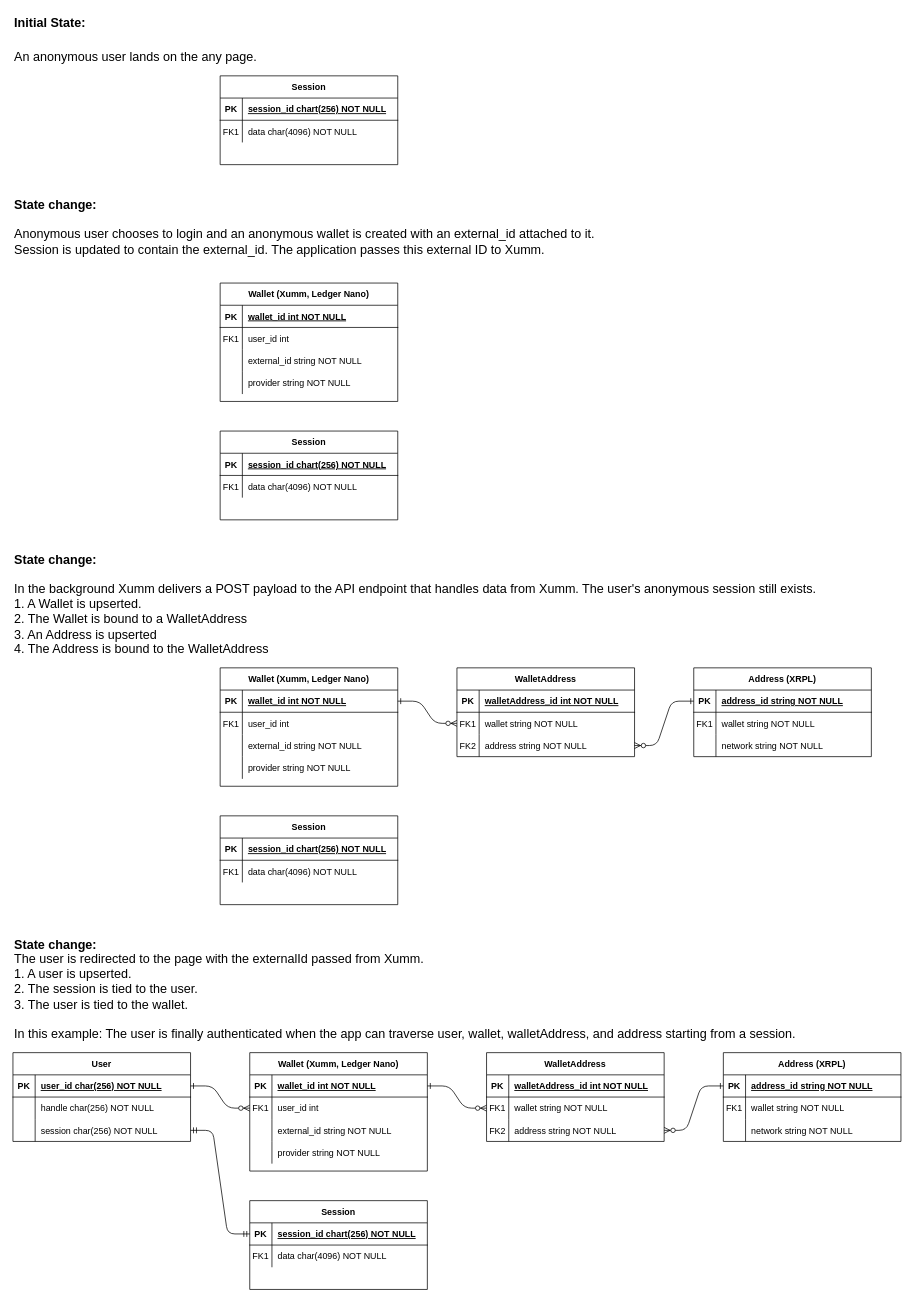
Earlier version of the draw.io diagram docs/ERD.drawio (jfgrissom/passport-xumm). Source tidied: cells renumbered, new cells numbered last; positions are measured from the earlier drawing's top-left corner, leaving out a move shared by most shapes. Both pictures are drawn from the tidied source at 74%, with x=0, y=0 at pixel (13, 13).
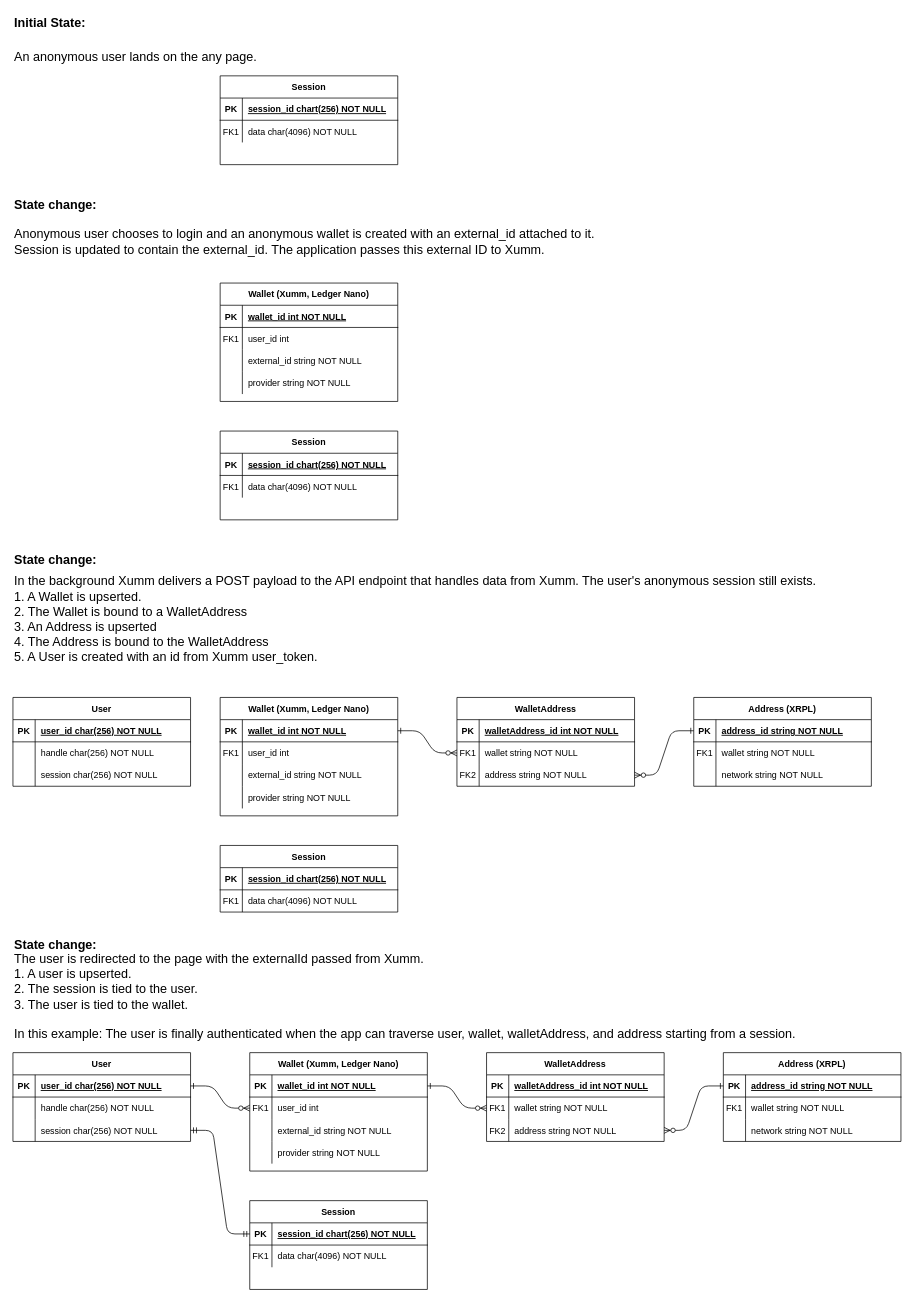
After the change.

Commit message:
Updated ERD state diagram.

Diff of the diagram source:
```diff
@@
-    <mxCell id="90" value="&lt;span style=&quot;font-weight: 400&quot;&gt;In the background Xumm delivers a POST payload to the API endpoint that handles data from Xumm. The user's anonymous session still exists.&lt;br&gt;1. A Wallet is upserted.&lt;br&gt;2. The Wallet is bound to a WalletAddress&lt;br&gt;3. An Address is upserted&lt;br&gt;4. The Address is bound to the WalletAddress&lt;br&gt;&lt;/span&gt;" style="text;html=1;align=left;verticalAlign=middle;fillColor=none;strokeColor=none;rounded=0;fontSize=17;fontStyle=1;" parent="1" vertex="1">
-      <mxGeometry y="765" width="1100" height="110" as="geometry" />
+    <mxCell id="90" value="&lt;span style=&quot;font-weight: 400&quot;&gt;In the background Xumm delivers a POST payload to the API endpoint that handles data from Xumm. The user's anonymous session still exists.&lt;br&gt;1. A Wallet is upserted.&lt;br&gt;2. The Wallet is bound to a WalletAddress&lt;br&gt;3. An Address is upserted&lt;br&gt;4. The Address is bound to the WalletAddress&lt;br&gt;5. A User is created with an id from Xumm user_token.&lt;br&gt;&lt;/span&gt;" style="text;html=1;align=left;verticalAlign=middle;fillColor=none;strokeColor=none;rounded=0;fontSize=17;fontStyle=1;" parent="1" vertex="1">
+      <mxGeometry y="755" width="1100" height="130" as="geometry" />
     </mxCell>
     <mxCell id="91" value="Wallet (Xumm, Ledger Nano)" style="shape=table;startSize=30;childLayout=tableLayout;rowLines=0;fontStyle=1;align=center;" parent="1" vertex="1">
-      <mxGeometry x="280" y="885" width="240" height="160" as="geometry" />
+      <mxGeometry x="280" y="925" width="240" height="160" as="geometry" />
     </mxCell>
@@
     <mxCell id="104" value="Session" style="shape=table;startSize=30;childLayout=tableLayout;rowLines=0;fontStyle=1;align=center;" parent="1" vertex="1">
-      <mxGeometry x="280" y="1085" width="240" height="120" as="geometry" />
+      <mxGeometry x="280" y="1125" width="240" height="90" as="geometry" />
     </mxCell>
@@
     <mxCell id="112" value="WalletAddress" style="shape=table;startSize=30;childLayout=tableLayout;rowLines=0;fontStyle=1;align=center;" parent="1" vertex="1">
-      <mxGeometry x="600" y="885" width="240" height="120" as="geometry" />
+      <mxGeometry x="600" y="925" width="240" height="120" as="geometry" />
     </mxCell>
@@
     <mxCell id="122" value="Address (XRPL)" style="shape=table;startSize=30;childLayout=tableLayout;rowLines=0;fontStyle=1;align=center;" parent="1" vertex="1">
-      <mxGeometry x="920" y="885" width="240" height="120" as="geometry" />
+      <mxGeometry x="920" y="925" width="240" height="120" as="geometry" />
     </mxCell>
@@
+    <mxCell id="135" value="User" style="shape=table;startSize=30;childLayout=tableLayout;rowLines=0;fontStyle=1;align=center;" parent="1" vertex="1">
+      <mxGeometry y="925" width="240" height="120" as="geometry" />
+    </mxCell>
+    <mxCell id="136" style="shape=partialRectangle;fillColor=none;top=0;left=0;right=0;bottom=1;" parent="135" vertex="1">
+      <mxGeometry y="30" width="240" height="30" as="geometry" />
+    </mxCell>
+    <mxCell id="137" value="PK" style="shape=partialRectangle;overflow=hidden;fillColor=none;top=0;left=0;bottom=0;right=0;fontStyle=1;" parent="136" vertex="1">
+      <mxGeometry width="30" height="30" as="geometry" />
+    </mxCell>
+    <mxCell id="138" value="user_id char(256) NOT NULL " style="shape=partialRectangle;overflow=hidden;fillColor=none;top=0;left=0;bottom=0;right=0;align=left;spacingLeft=6;fontStyle=5;" parent="136" vertex="1">
+      <mxGeometry x="30" width="210" height="30" as="geometry" />
+    </mxCell>
+    <mxCell id="139" style="shape=partialRectangle;fillColor=none;top=0;left=0;right=0;bottom=0;" parent="135" vertex="1">
+      <mxGeometry y="60" width="240" height="30" as="geometry" />
+    </mxCell>
+    <mxCell id="140" style="shape=partialRectangle;overflow=hidden;fillColor=none;top=0;left=0;bottom=0;right=0;" parent="139" vertex="1">
+      <mxGeometry width="30" height="30" as="geometry" />
+    </mxCell>
+    <mxCell id="141" value="handle char(256) NOT NULL" style="shape=partialRectangle;overflow=hidden;fillColor=none;top=0;left=0;bottom=0;right=0;align=left;spacingLeft=6;" parent="139" vertex="1">
+      <mxGeometry x="30" width="210" height="30" as="geometry" />
+    </mxCell>
+    <mxCell id="142" style="shape=partialRectangle;fillColor=none;top=0;left=0;right=0;bottom=0;" parent="135" vertex="1">
+      <mxGeometry y="90" width="240" height="30" as="geometry" />
+    </mxCell>
+    <mxCell id="143" style="shape=partialRectangle;overflow=hidden;fillColor=none;top=0;left=0;bottom=0;right=0;" parent="142" vertex="1">
+      <mxGeometry width="30" height="30" as="geometry" />
+    </mxCell>
+    <mxCell id="144" value="session char(256) NOT NULL" style="shape=partialRectangle;overflow=hidden;fillColor=none;top=0;left=0;bottom=0;right=0;align=left;spacingLeft=6;" parent="142" vertex="1">
+      <mxGeometry x="30" width="210" height="30" as="geometry" />
+    </mxCell>
```
